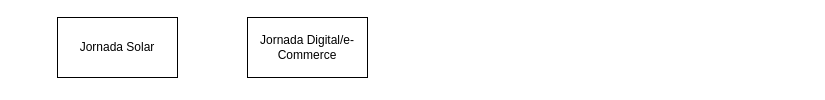
This is 129734 - FWA em Áreas não Cabeadas.drawio from samirali/ClaroBrasil, a draw.io file, before an edit. Source tidied: cells renumbered, new cells numbered last; positions are measured from the earlier drawing's top-left corner, leaving out a move shared by most shapes. Both pictures are drawn from the tidied source at 100%, with x=0, y=0 at pixel (57, 17).
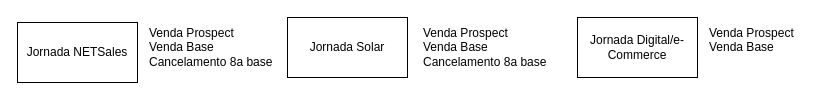
After the change.

Change to the diagram source:
```diff
@@
 <mxGraphModel>
   <root>
     <mxCell id="0" />
     <mxCell id="1" parent="0" />
     <mxCell id="2" value="Jornada Solar" style="rounded=0;whiteSpace=wrap;html=1;" parent="1" vertex="1">
-      <mxGeometry width="120" height="60" as="geometry" />
+      <mxGeometry x="230" width="120" height="60" as="geometry" />
     </mxCell>
     <mxCell id="3" value="Jornada Digital/e-Commerce" style="rounded=0;whiteSpace=wrap;html=1;" parent="1" vertex="1">
-      <mxGeometry x="190" width="120" height="60" as="geometry" />
+      <mxGeometry x="520" width="120" height="60" as="geometry" />
     </mxCell>
+    <mxCell id="4" value="Venda Prospect&lt;div&gt;Venda Base&lt;/div&gt;&lt;div&gt;Cancelamento 8a base&lt;/div&gt;" style="text;html=1;whiteSpace=wrap;strokeColor=none;fillColor=none;align=left;verticalAlign=middle;rounded=0;" parent="1" vertex="1">
+      <mxGeometry x="364" y="5" width="140" height="50" as="geometry" />
+    </mxCell>
+    <mxCell id="5" value="Venda Prospect&lt;div&gt;Venda Base&lt;/div&gt;&lt;div&gt;&lt;br&gt;&lt;/div&gt;" style="text;html=1;whiteSpace=wrap;strokeColor=none;fillColor=none;align=left;verticalAlign=middle;rounded=0;" parent="1" vertex="1">
+      <mxGeometry x="650" y="5" width="100" height="50" as="geometry" />
+    </mxCell>
+    <mxCell id="6" value="Jornada NETSales" style="rounded=0;whiteSpace=wrap;html=1;" parent="1" vertex="1">
+      <mxGeometry x="-40" y="5" width="120" height="60" as="geometry" />
+    </mxCell>
+    <mxCell id="7" value="Venda Prospect&lt;div&gt;Venda Base&lt;/div&gt;&lt;div&gt;Cancelamento 8a base&lt;/div&gt;" style="text;html=1;whiteSpace=wrap;strokeColor=none;fillColor=none;align=left;verticalAlign=middle;rounded=0;" parent="1" vertex="1">
+      <mxGeometry x="90" y="5" width="140" height="50" as="geometry" />
+    </mxCell>
   </root>
 </mxGraphModel>
```
